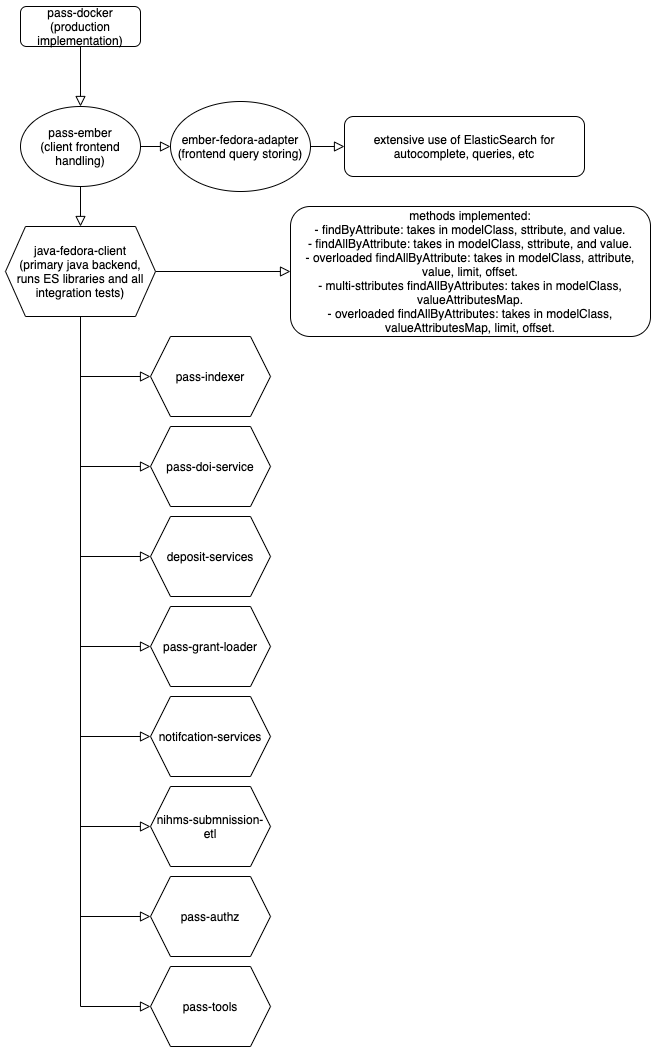
This is OA-Pass-ES-flowchart.drawio.png from utsingh/jhu-pass, a draw.io export, as it was before one commit. Source tidied: cells renumbered, new cells last; positions are measured from the earlier drawing's top-left corner, leaving out a move shared by most shapes.
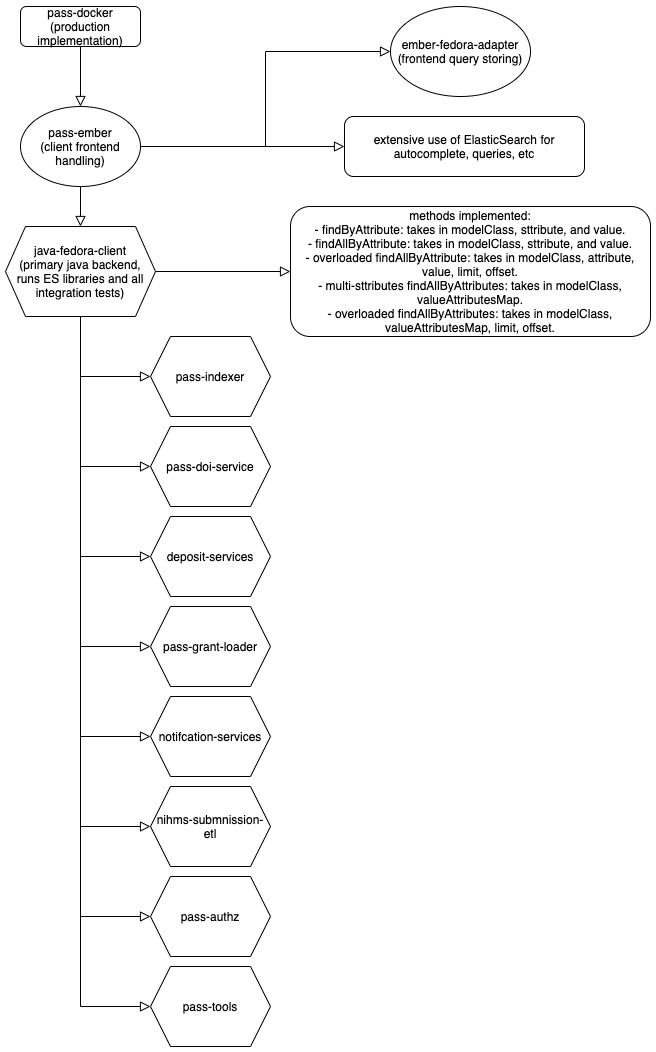
After the change.

Commit message:
architecture formatting

The edit, as a diff of the source:
```diff
@@ -23,14 +23,14 @@
     <mxCell id="8" style="edgeStyle=orthogonalEdgeStyle;rounded=0;jettySize=auto;html=1;entryX=0;entryY=0.5;entryDx=0;entryDy=0;labelBackgroundColor=default;fontColor=default;endArrow=block;endFill=0;endSize=8;strokeColor=default;" parent="1" edge="1" source="9" target="11">
       <mxGeometry relative="1" as="geometry" />
     </mxCell>
+    <mxCell id="29" style="edgeStyle=orthogonalEdgeStyle;rounded=0;jettySize=auto;html=1;entryX=0;entryY=0.5;entryDx=0;entryDy=0;labelBackgroundColor=default;fontColor=default;endArrow=block;endFill=0;endSize=8;strokeColor=default;" parent="1" edge="1" source="9" target="5">
+      <mxGeometry relative="1" as="geometry" />
+    </mxCell>
     <mxCell id="9" value="&lt;span&gt;pass-ember&lt;/span&gt;&lt;br&gt;&lt;span&gt;(client frontend handling)&lt;/span&gt;" style="ellipse;whiteSpace=wrap;html=1;fontColor=default;strokeColor=default;fillColor=default;" parent="1" vertex="1">
       <mxGeometry x="15" y="100" width="120" height="80" as="geometry" />
     </mxCell>
-    <mxCell id="10" style="edgeStyle=orthogonalEdgeStyle;rounded=0;jettySize=auto;html=1;entryX=0;entryY=0.5;entryDx=0;entryDy=0;labelBackgroundColor=default;fontColor=default;endArrow=block;endFill=0;endSize=8;strokeColor=default;" parent="1" edge="1" source="11" target="5">
-      <mxGeometry relative="1" as="geometry" />
-    </mxCell>
     <mxCell id="11" value="ember-fedora-adapter&lt;br&gt;(frontend query storing)" style="ellipse;whiteSpace=wrap;html=1;fontColor=default;strokeColor=default;fillColor=default;" parent="1" vertex="1">
-      <mxGeometry x="165" y="95" width="140" height="90" as="geometry" />
+      <mxGeometry x="385" width="140" height="90" as="geometry" />
     </mxCell>
     <mxCell id="12" style="edgeStyle=orthogonalEdgeStyle;rounded=0;jettySize=auto;html=1;entryX=0;entryY=0.5;entryDx=0;entryDy=0;labelBackgroundColor=default;fontColor=default;endArrow=block;endFill=0;endSize=8;strokeColor=default;" parent="1" edge="1" source="20" target="22">
       <mxGeometry relative="1" as="geometry" />
```
